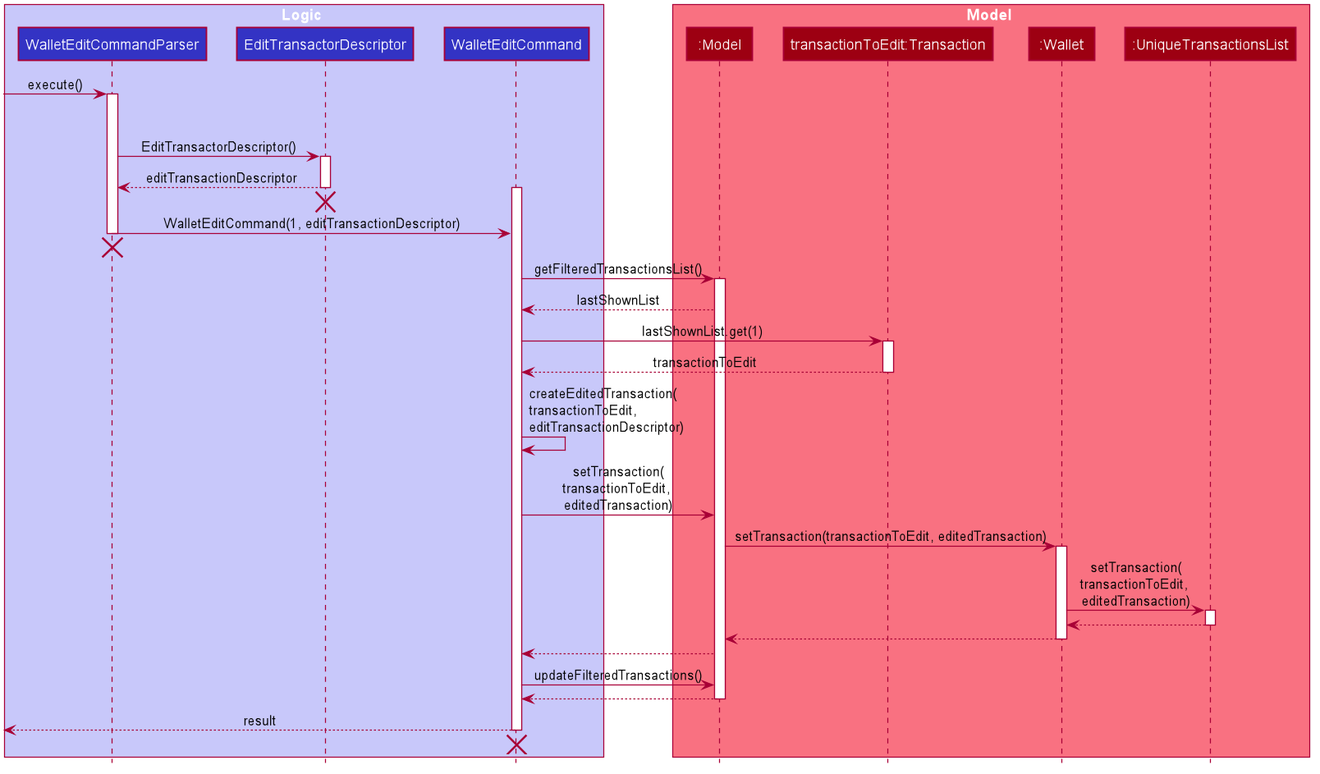
This is docs/images/WalletEditSequenceDiagram.png from syinyichen/main, a PlantUML export, as it was before one commit.
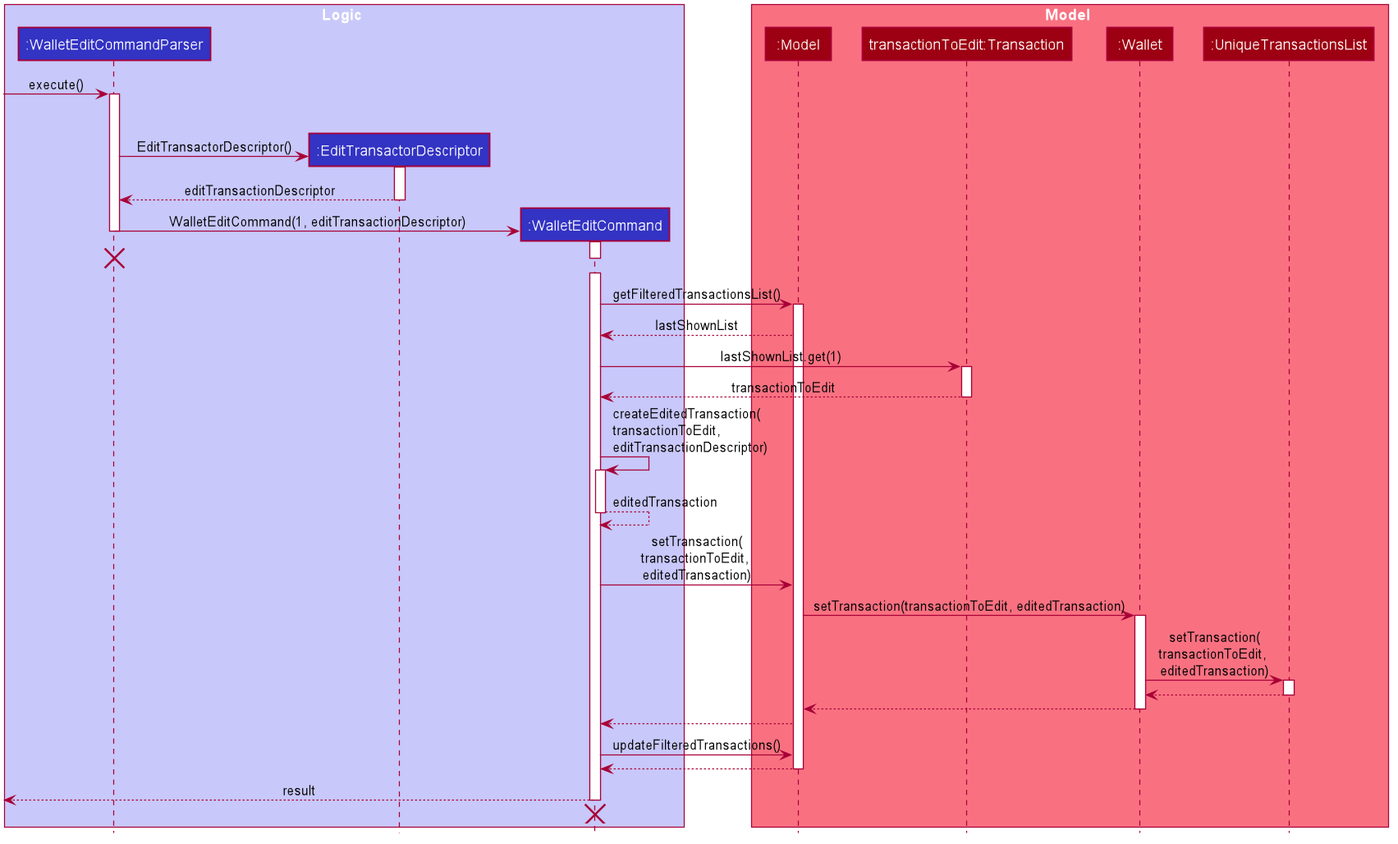
Later version of the same file.

The edit, as a diff of the source:
```diff
@@ -49,9 +49,9 @@
 hide circle
 
 box Logic #C8C8FA
-participant "WalletEditCommandParser" as WalletEditCommandParser #3333C4
-participant "EditTransactorDescriptor" as EditTransactorDescriptor #3333C4
-participant "WalletEditCommand" as WalletEditCommand #3333C4
+participant ":WalletEditCommandParser" as WalletEditCommandParser #3333C4
+participant ":EditTransactorDescriptor" as EditTransactorDescriptor #3333C4
+participant ":WalletEditCommand" as WalletEditCommand #3333C4
 end box
 
 box Model #F97181
@@ -66,19 +66,28 @@
 
 [-[hidden]> WalletEditCommand : a very long long text
 
+create EditTransactorDescriptor
 WalletEditCommandParser -> EditTransactorDescriptor : EditTransactorDescriptor()
 activate EditTransactorDescriptor
 
+
 EditTransactorDescriptor --> WalletEditCommandParser : editTransactionDescriptor
+
 deactivate EditTransactorDescriptor
-activate WalletEditCommand
-[-[hidden]> WalletEditCommand :
-destroy EditTransactorDescriptor
 
+
+create WalletEditCommand
 WalletEditCommandParser -> WalletEditCommand : WalletEditCommand(1, editTransactionDescriptor)
 deactivate WalletEditCommandParser
+activate WalletEditCommand
+
 [-[hidden]> WalletEditCommand :
 destroy WalletEditCommandParser
+
+deactivate WalletEditCommand
+
+[-[hidden]> WalletEditCommand :
+activate WalletEditCommand
 
 WalletEditCommand -> Model : getFilteredTransactionsList()
 activate Model
@@ -92,7 +101,10 @@
 deactivate transactionToEdit
 
 WalletEditCommand -> WalletEditCommand : createEditedTransaction(\ntransactionToEdit, \neditTransactionDescriptor)
+activate WalletEditCommand
 
+WalletEditCommand --> WalletEditCommand : editedTransaction
+deactivate WalletEditCommand
 
 WalletEditCommand -> Model : setTransaction(\ntransactionToEdit, \neditedTransaction)
 
```
